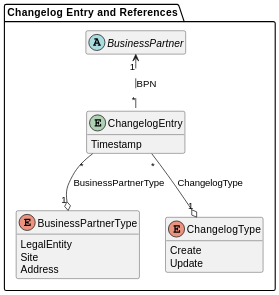
Earlier version of the PlantUML export docs/standards/CX-0012-BusinessPartnerDataPoolAPI/assets/diagrams/class/changelog-entry.svg (catenax-eV/catenax-ev.github.io).
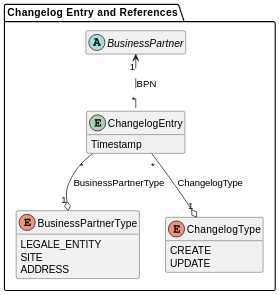
Above is the later version.

Diff of the diagram source:
```diff
@@ -9,14 +9,14 @@
   }
 
   enum BusinessPartnerType {
-    LegalEntity
-    Site
-    Address
+    LEGALE_ENTITY
+    SITE
+    ADDRESS
   }
 
   enum ChangelogType {
-    Create
-    Update
+    CREATE
+    UPDATE
   }
 
   ChangelogEntry "*" .u.> "1" BusinessPartner : BPN
```
